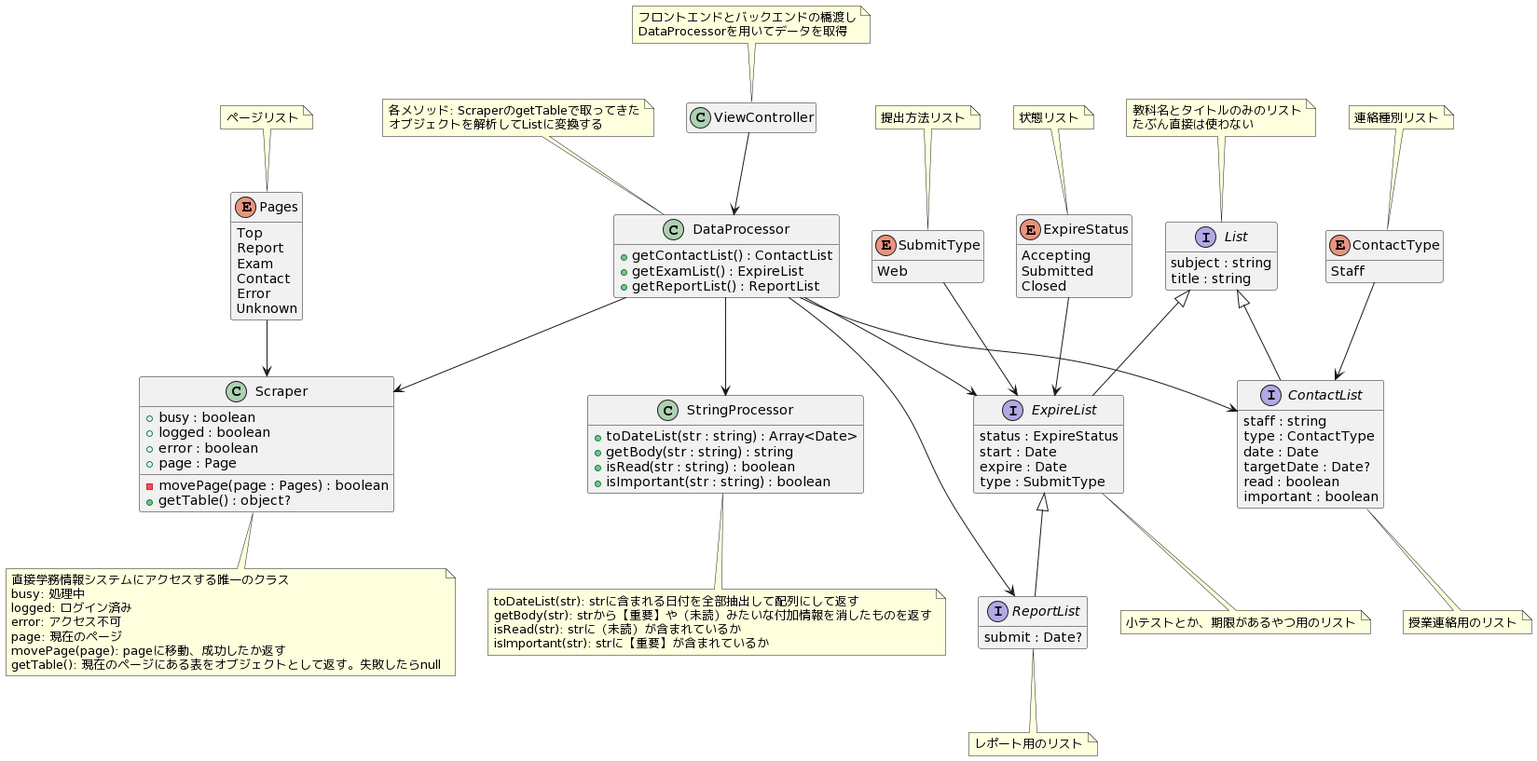
Before: images/class.png, a diagram exported from PlantUML (SU-ProgC-Marionnette/GakujoViewer). Its diagram source:
```plantuml
@startuml
hide empty fields
hide empty methods

class ViewController {
}

note top
    フロントエンドとバックエンドの橋渡し
    DataProcessorを用いてデータを取得
endnote

class Scraper {
    +busy : boolean
    +logged : boolean
    +error : boolean
    +page : Page
    -movePage(page : Pages) : boolean
    +getTable() : object?
}

note bottom
    直接学務情報システムにアクセスする唯一のクラス
    busy: 処理中
    logged: ログイン済み
    error: アクセス不可
    page: 現在のページ
    movePage(page): pageに移動、成功したか返す
    getTable(): 現在のページにある表をオブジェクトとして返す。失敗したらnull
endnote

class DataProcessor {
    +getContactList() : ContactList
    +getExamList() : ExpireList
    +getReportList() : ReportList
}

note top
    各メソッド: ScraperのgetTableで取ってきた
    オブジェクトを解析してListに変換する
endnote

class StringProcessor {
    +toDateList(str : string) : Array<Date>
    +getBody(str : string) : string
    +isRead(str : string) : boolean
    +isImportant(str : string) : boolean
}

note bottom
    toDateList(str): strに含まれる日付を全部抽出して配列にして返す
    getBody(str): strから【重要】や（未読）みたいな付加情報を消したものを返す
    isRead(str): strに（未読）が含まれているか
    isImportant(str): strに【重要】が含まれているか
endnote

interface List {
    subject : string
    title : string
}

note top
    教科名とタイトルのみのリスト
    たぶん直接は使わない
endnote

interface ContactList extends List {
    staff : string
    type : ContactType
    date : Date
    targetDate : Date?
    read : boolean
    important : boolean
}

note bottom
    授業連絡用のリスト
endnote

interface ExpireList extends List {
    status : ExpireStatus
    start : Date
    expire : Date
    type : SubmitType
}

note bottom
    小テストとか、期限があるやつ用のリスト
endnote

interface ReportList extends ExpireList {
    submit : Date?
}

note bottom
    レポート用のリスト
endnote

enum Pages {
    Top
    Report
    Exam
    Contact
    Error
    Unknown
}

note top
    ページリスト
endnote

enum ContactType {
    Staff
}

note top
    連絡種別リスト
endnote

enum SubmitType {
    Web
}

note top
    提出方法リスト
endnote

enum ExpireStatus {
    Accepting
    Submitted
    Closed
}

note top
    状態リスト
endnote

ViewController --> DataProcessor
DataProcessor --> Scraper
DataProcessor --> ContactList
DataProcessor --> ExpireList
DataProcessor --> ReportList
DataProcessor --> StringProcessor
ContactType --> ContactList
SubmitType --> ExpireList
Pages --> Scraper
ExpireStatus --> ExpireList
@enduml
```
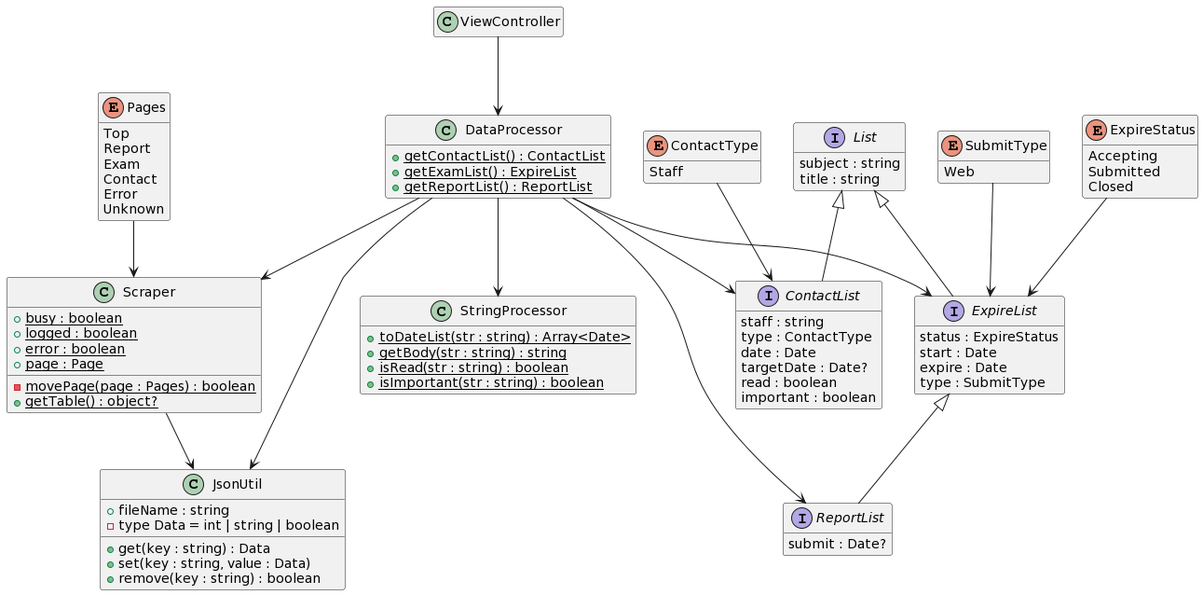
Above is the later version.

Diff of the diagram source:
```diff
@@ -5,64 +5,40 @@
 class ViewController {
 }
 
-note top
-    フロントエンドとバックエンドの橋渡し
-    DataProcessorを用いてデータを取得
-endnote
-
 class Scraper {
-    +busy : boolean
-    +logged : boolean
-    +error : boolean
-    +page : Page
-    -movePage(page : Pages) : boolean
-    +getTable() : object?
+    {static} +busy : boolean
+    {static} +logged : boolean
+    {static} +error : boolean
+    {static} +page : Page
+    {static} -movePage(page : Pages) : boolean
+    {static} +getTable() : object?
 }
 
-note bottom
-    直接学務情報システムにアクセスする唯一のクラス
-    busy: 処理中
-    logged: ログイン済み
-    error: アクセス不可
-    page: 現在のページ
-    movePage(page): pageに移動、成功したか返す
-    getTable(): 現在のページにある表をオブジェクトとして返す。失敗したらnull
-endnote
-
 class DataProcessor {
-    +getContactList() : ContactList
-    +getExamList() : ExpireList
-    +getReportList() : ReportList
+    {static} +getContactList() : ContactList
+    {static} +getExamList() : ExpireList
+    {static} +getReportList() : ReportList
 }
 
-note top
-    各メソッド: ScraperのgetTableで取ってきた
-    オブジェクトを解析してListに変換する
-endnote
-
 class StringProcessor {
-    +toDateList(str : string) : Array<Date>
-    +getBody(str : string) : string
-    +isRead(str : string) : boolean
-    +isImportant(str : string) : boolean
+    {static} +toDateList(str : string) : Array<Date>
+    {static} +getBody(str : string) : string
+    {static} +isRead(str : string) : boolean
+    {static} +isImportant(str : string) : boolean
 }
 
-note bottom
-    toDateList(str): strに含まれる日付を全部抽出して配列にして返す
-    getBody(str): strから【重要】や（未読）みたいな付加情報を消したものを返す
-    isRead(str): strに（未読）が含まれているか
-    isImportant(str): strに【重要】が含まれているか
-endnote
+class JsonUtil {
+    +fileName : string
+    -type Data = int | string | boolean
+    +get(key : string) : Data
+    +set(key : string, value : Data)
+    +remove(key : string) : boolean
+}
 
 interface List {
     subject : string
     title : string
 }
-
-note top
-    教科名とタイトルのみのリスト
-    たぶん直接は使わない
-endnote
 
 interface ContactList extends List {
     staff : string
@@ -73,10 +49,6 @@
     important : boolean
 }
 
-note bottom
-    授業連絡用のリスト
-endnote
-
 interface ExpireList extends List {
     status : ExpireStatus
     start : Date
@@ -84,17 +56,9 @@
     type : SubmitType
 }
 
-note bottom
-    小テストとか、期限があるやつ用のリスト
-endnote
-
 interface ReportList extends ExpireList {
     submit : Date?
 }
-
-note bottom
-    レポート用のリスト
-endnote
 
 enum Pages {
     Top
@@ -105,25 +69,13 @@
     Unknown
 }
 
-note top
-    ページリスト
-endnote
-
 enum ContactType {
     Staff
 }
 
-note top
-    連絡種別リスト
-endnote
-
 enum SubmitType {
     Web
 }
-
-note top
-    提出方法リスト
-endnote
 
 enum ExpireStatus {
     Accepting
@@ -131,16 +83,14 @@
     Closed
 }
 
-note top
-    状態リスト
-endnote
-
 ViewController --> DataProcessor
 DataProcessor --> Scraper
 DataProcessor --> ContactList
 DataProcessor --> ExpireList
 DataProcessor --> ReportList
 DataProcessor --> StringProcessor
+DataProcessor --> JsonUtil
+Scraper --> JsonUtil
 ContactType --> ContactList
 SubmitType --> ExpireList
 Pages --> Scraper
```
